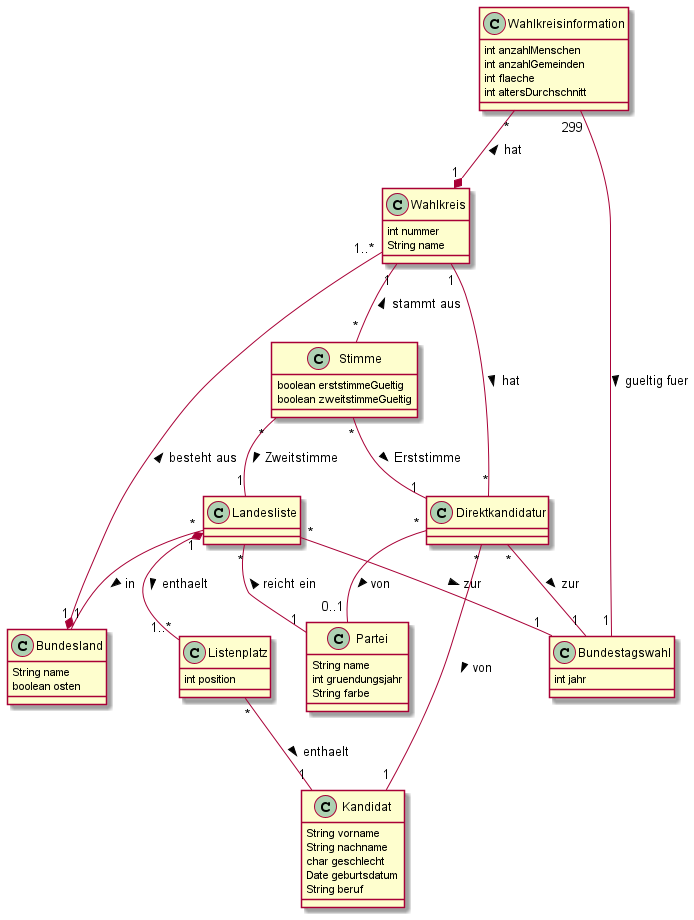
Before: Blatt1/Entwurf.png, a diagram exported from PlantUML (Toemmsche/database-systems-project-mirror).
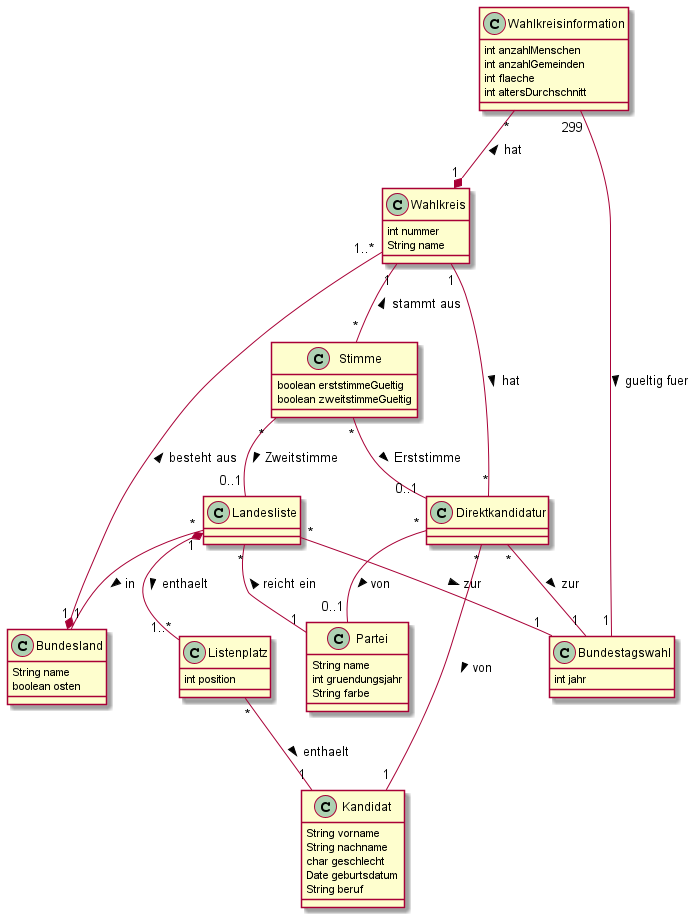
The same file after the commit.

Commit message:
Votes need not refer to a candidate or list

What changed in the source:
```diff
@@ -66,7 +66,7 @@
 Direktkandidatur "*" -- "0..1" Partei : von >
 Direktkandidatur "*" -- "1" Bundestagswahl: zur >
 
-Stimme "*" -- "1" Direktkandidatur : Erststimme >
-Stimme "*" -- "1" Landesliste : Zweitstimme >
+Stimme "*" -- "0..1" Direktkandidatur : Erststimme >
+Stimme "*" -- "0..1" Landesliste : Zweitstimme >
 Stimme "*" -up- "1" Wahlkreis : stammt aus >
 @enduml
```
